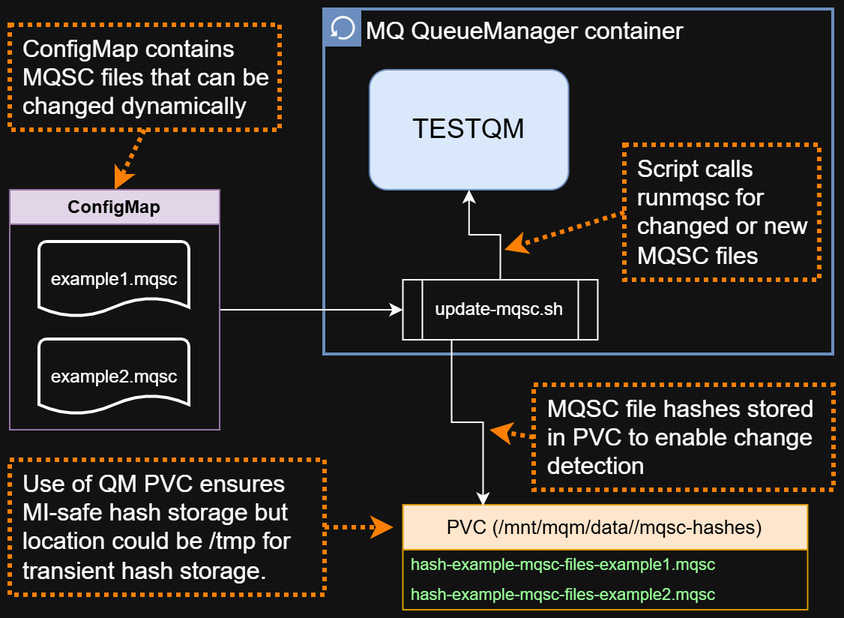
Earlier version of the draw.io export pictures/overview-dark.png (trevor-dolby-at-ibm-com/mq-container-dynamic-mqsc). Source tidied: cells renumbered, new cells last; positions are measured from the earlier drawing's top-left corner, leaving out a move shared by most shapes. Source of this version:
```xml
<mxGraphModel>
  <root>
    <mxCell id="0" />
    <mxCell id="1" parent="0" />
    <mxCell id="2" value="&lt;span style=&quot;font-size: 16px;&quot;&gt;MQ QueueManager container&lt;/span&gt;" style="shape=mxgraph.ibm.box;prType=classic;fontStyle=0;verticalAlign=top;align=left;spacingLeft=32;spacingTop=4;fillColor=default;rounded=0;whiteSpace=wrap;html=1;strokeColor=#6C8EBF;strokeWidth=2;dashed=0;spacing=-4;" parent="1" vertex="1">
      <mxGeometry x="210" width="339.5" height="230" as="geometry" />
    </mxCell>
    <mxCell id="3" value="&lt;font style=&quot;font-size: 18px;&quot;&gt;TESTQM&lt;/font&gt;" style="rounded=1;whiteSpace=wrap;html=1;fillColor=#dae8fc;strokeColor=#6c8ebf;fontColor=light-dark(#000000,#000000);gradientColor=none;" parent="2" vertex="1">
      <mxGeometry x="30" y="40" width="132.8" height="80" as="geometry" />
    </mxCell>
    <mxCell id="4" style="edgeStyle=orthogonalEdgeStyle;rounded=0;jettySize=auto;html=1;exitX=0.5;exitY=0;exitDx=0;exitDy=0;" parent="2" edge="1" source="5" target="3">
      <mxGeometry relative="1" as="geometry" />
    </mxCell>
    <mxCell id="5" value="update-mqsc.sh" style="shape=process;whiteSpace=wrap;html=1;backgroundOutline=1;" parent="2" vertex="1">
      <mxGeometry x="52.2" y="180" width="130" height="40" as="geometry" />
    </mxCell>
    <mxCell id="6" value="&lt;h3 style=&quot;margin-top: 0px;&quot;&gt;&lt;font style=&quot;font-weight: normal; font-size: 16px;&quot;&gt;Script calls runmqsc for changed or new MQSC files&lt;/font&gt;&lt;/h3&gt;" style="text;html=1;whiteSpace=wrap;overflow=hidden;rounded=0;strokeColor=#FF8000;perimeterSpacing=0;spacingLeft=7;strokeWidth=3;dashed=1;dashPattern=1 1;" parent="2" vertex="1">
      <mxGeometry x="200" y="90" width="130" height="90" as="geometry" />
    </mxCell>
    <mxCell id="7" style="edgeStyle=orthogonalEdgeStyle;rounded=0;jettySize=auto;html=1;entryX=0;entryY=0.5;entryDx=0;entryDy=0;" parent="1" edge="1" source="8" target="5">
      <mxGeometry relative="1" as="geometry" />
    </mxCell>
    <mxCell id="8" value="&lt;font style=&quot;color: light-dark(rgb(0, 0, 0), rgb(0, 0, 0));&quot;&gt;ConfigMap&lt;/font&gt;" style="swimlane;whiteSpace=wrap;html=1;fillColor=#e1d5e7;strokeColor=#9673a6;" parent="1" vertex="1">
      <mxGeometry y="120" width="140" height="160" as="geometry" />
    </mxCell>
    <mxCell id="9" value="example1.mqsc" style="strokeWidth=2;html=1;shape=mxgraph.flowchart.document2;whiteSpace=wrap;size=0.25;" parent="8" vertex="1">
      <mxGeometry x="20" y="35" width="100" height="50" as="geometry" />
    </mxCell>
    <mxCell id="10" value="example2.mqsc" style="strokeWidth=2;html=1;shape=mxgraph.flowchart.document2;whiteSpace=wrap;size=0.25;" parent="8" vertex="1">
      <mxGeometry x="20" y="100" width="100" height="50" as="geometry" />
    </mxCell>
    <mxCell id="11" value="&lt;font style=&quot;color: light-dark(rgb(0, 0, 0), rgb(0, 0, 0)); font-size: 13px;&quot;&gt;PVC (/mnt/mqm/data//mqsc-hashes)&lt;/font&gt;" style="swimlane;fontStyle=0;horizontal=1;startSize=30;whiteSpace=wrap;html=1;fontSize=11;fillColor=#ffe6cc;strokeColor=#d79b00;" parent="1" vertex="1">
      <mxGeometry x="262.2" y="330" width="270" height="70" as="geometry" />
    </mxCell>
    <mxCell id="12" value="&lt;font style=&quot;color: light-dark(rgb(0, 153, 0), rgb(153, 255, 153));&quot;&gt;hash-example-mqsc-files-example1.mqsc&lt;/font&gt;" style="text;align=left;verticalAlign=middle;spacingLeft=4;spacingRight=4;overflow=hidden;whiteSpace=wrap;html=1;fontSize=11;" parent="11" vertex="1">
      <mxGeometry y="30" width="270" height="20" as="geometry" />
    </mxCell>
    <mxCell id="13" value="&lt;font style=&quot;color: light-dark(rgb(0, 153, 0), rgb(153, 255, 153));&quot;&gt;hash-example-mqsc-files-example2.mqsc&lt;/font&gt;" style="text;align=left;verticalAlign=middle;spacingLeft=4;spacingRight=4;overflow=hidden;whiteSpace=wrap;html=1;fontSize=11;" parent="11" vertex="1">
      <mxGeometry y="50" width="270" height="20" as="geometry" />
    </mxCell>
    <mxCell id="14" style="edgeStyle=orthogonalEdgeStyle;rounded=0;jettySize=auto;html=1;exitX=0.25;exitY=1;exitDx=0;exitDy=0;entryX=0.198;entryY=0.01;entryDx=0;entryDy=0;entryPerimeter=0;" parent="1" edge="1" source="5" target="11">
      <mxGeometry relative="1" as="geometry" />
    </mxCell>
    <mxCell id="15" value="&lt;h3 style=&quot;margin-top: 0px;&quot;&gt;&lt;font style=&quot;font-weight: normal; font-size: 16px;&quot;&gt;ConfigMap contains MQSC files that can be changed dynamically&lt;/font&gt;&lt;/h3&gt;" style="text;html=1;whiteSpace=wrap;overflow=hidden;rounded=0;strokeColor=#FF8000;perimeterSpacing=0;spacingLeft=7;strokeWidth=3;dashed=1;dashPattern=1 1;" parent="1" vertex="1">
      <mxGeometry y="10" width="180" height="70" as="geometry" />
    </mxCell>
    <mxCell id="16" style="endArrow=classic;html=1;rounded=0;exitX=0.5;exitY=1;exitDx=0;exitDy=0;fontColor=#00FF00;strokeColor=#FF8000;strokeWidth=3;dashed=1;dashPattern=1 1;entryX=0.5;entryY=0;entryDx=0;entryDy=0;" parent="1" edge="1" source="15" target="8">
      <mxGeometry relative="1" as="geometry" />
    </mxCell>
    <mxCell id="17" style="endArrow=classic;html=1;rounded=0;exitX=0;exitY=0.5;exitDx=0;exitDy=0;fontColor=#00FF00;strokeColor=#FF8000;strokeWidth=3;dashed=1;dashPattern=1 1;" parent="1" edge="1" source="6">
      <mxGeometry relative="1" as="geometry">
        <mxPoint x="330" y="160" as="targetPoint" />
      </mxGeometry>
    </mxCell>
    <mxCell id="18" value="&lt;h3 style=&quot;margin-top: 0px;&quot;&gt;&lt;span style=&quot;font-size: 16px; font-weight: 400;&quot;&gt;MQSC file hashes stored in PVC to enable change detection&lt;/span&gt;&lt;/h3&gt;" style="text;html=1;whiteSpace=wrap;overflow=hidden;rounded=0;strokeColor=#FF8000;perimeterSpacing=0;spacingLeft=7;strokeWidth=3;dashed=1;dashPattern=1 1;" parent="1" vertex="1">
      <mxGeometry x="349.5" y="250" width="200" height="70" as="geometry" />
    </mxCell>
    <mxCell id="19" style="endArrow=classic;html=1;rounded=0;exitX=0;exitY=0.5;exitDx=0;exitDy=0;fontColor=#00FF00;strokeColor=#FF8000;strokeWidth=3;dashed=1;dashPattern=1 1;" parent="1" edge="1" source="18">
      <mxGeometry relative="1" as="geometry">
        <mxPoint x="320" y="280" as="targetPoint" />
      </mxGeometry>
    </mxCell>
    <mxCell id="20" value="&lt;h3 style=&quot;margin-top: 0px;&quot;&gt;&lt;span style=&quot;font-size: 16px; font-weight: 400;&quot;&gt;Use of QM PVC ensures MI-safe hash storage but location could be /tmp for transient hash storage.&lt;/span&gt;&lt;/h3&gt;" style="text;html=1;whiteSpace=wrap;overflow=hidden;rounded=0;strokeColor=#FF8000;perimeterSpacing=0;spacingLeft=7;strokeWidth=3;dashed=1;dashPattern=1 1;" parent="1" vertex="1">
      <mxGeometry y="300" width="210" height="90" as="geometry" />
    </mxCell>
    <mxCell id="21" style="endArrow=classic;html=1;rounded=0;exitX=1;exitY=0.5;exitDx=0;exitDy=0;fontColor=#00FF00;strokeColor=#FF8000;strokeWidth=3;dashed=1;dashPattern=1 1;" parent="1" edge="1" source="20">
      <mxGeometry relative="1" as="geometry">
        <mxPoint x="256" y="345" as="targetPoint" />
      </mxGeometry>
    </mxCell>
  </root>
</mxGraphModel>
```
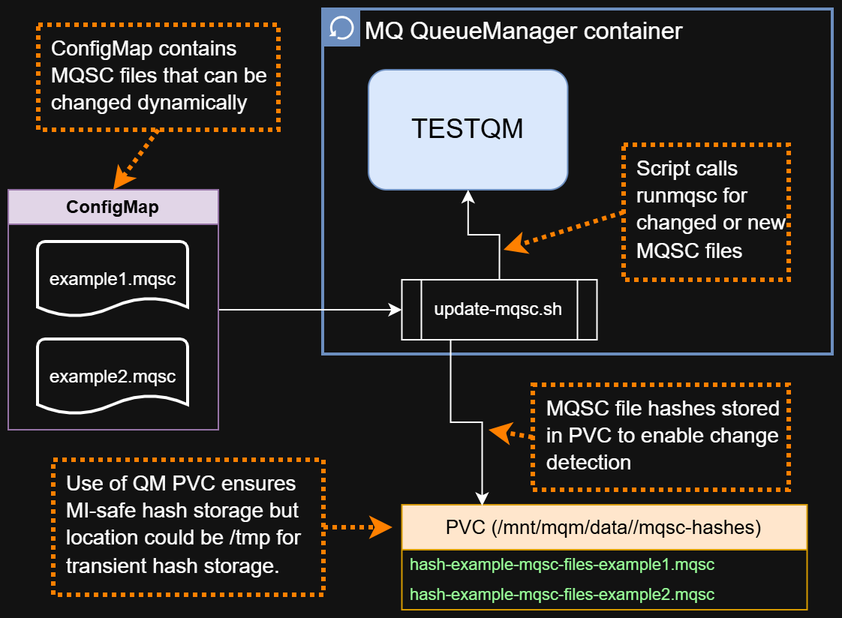
The same file after the commit.

Diff of the diagram source:
```diff
@@ -14,8 +14,8 @@
     <mxCell id="5" value="update-mqsc.sh" style="shape=process;whiteSpace=wrap;html=1;backgroundOutline=1;" parent="2" vertex="1">
       <mxGeometry x="52.2" y="180" width="130" height="40" as="geometry" />
     </mxCell>
-    <mxCell id="6" value="&lt;h3 style=&quot;margin-top: 0px;&quot;&gt;&lt;font style=&quot;font-weight: normal; font-size: 16px;&quot;&gt;Script calls runmqsc for changed or new MQSC files&lt;/font&gt;&lt;/h3&gt;" style="text;html=1;whiteSpace=wrap;overflow=hidden;rounded=0;strokeColor=#FF8000;perimeterSpacing=0;spacingLeft=7;strokeWidth=3;dashed=1;dashPattern=1 1;" parent="2" vertex="1">
-      <mxGeometry x="200" y="90" width="130" height="90" as="geometry" />
+    <mxCell id="6" value="&lt;h3 style=&quot;margin-top: 0px;&quot;&gt;&lt;font style=&quot;font-weight: normal; font-size: 14px;&quot;&gt;Script calls runmqsc for changed or new MQSC files&lt;/font&gt;&lt;/h3&gt;" style="text;html=1;whiteSpace=wrap;overflow=hidden;rounded=0;strokeColor=#FF8000;perimeterSpacing=0;spacingLeft=7;strokeWidth=3;dashed=1;dashPattern=1 1;fontSize=13;" parent="2" vertex="1">
+      <mxGeometry x="200" y="90" width="110" height="90" as="geometry" />
     </mxCell>
     <mxCell id="7" style="edgeStyle=orthogonalEdgeStyle;rounded=0;jettySize=auto;html=1;entryX=0;entryY=0.5;entryDx=0;entryDy=0;" parent="1" edge="1" source="8" target="5">
       <mxGeometry relative="1" as="geometry" />
@@ -41,8 +41,8 @@
     <mxCell id="14" style="edgeStyle=orthogonalEdgeStyle;rounded=0;jettySize=auto;html=1;exitX=0.25;exitY=1;exitDx=0;exitDy=0;entryX=0.198;entryY=0.01;entryDx=0;entryDy=0;entryPerimeter=0;" parent="1" edge="1" source="5" target="11">
       <mxGeometry relative="1" as="geometry" />
     </mxCell>
-    <mxCell id="15" value="&lt;h3 style=&quot;margin-top: 0px;&quot;&gt;&lt;font style=&quot;font-weight: normal; font-size: 16px;&quot;&gt;ConfigMap contains MQSC files that can be changed dynamically&lt;/font&gt;&lt;/h3&gt;" style="text;html=1;whiteSpace=wrap;overflow=hidden;rounded=0;strokeColor=#FF8000;perimeterSpacing=0;spacingLeft=7;strokeWidth=3;dashed=1;dashPattern=1 1;" parent="1" vertex="1">
-      <mxGeometry y="10" width="180" height="70" as="geometry" />
+    <mxCell id="15" value="&lt;h3 style=&quot;margin-top: 0px;&quot;&gt;&lt;font style=&quot;font-weight: normal; font-size: 14px;&quot;&gt;ConfigMap contains MQSC files that can be changed dynamically&lt;/font&gt;&lt;/h3&gt;" style="text;html=1;whiteSpace=wrap;overflow=hidden;rounded=0;strokeColor=#FF8000;perimeterSpacing=0;spacingLeft=7;strokeWidth=3;dashed=1;dashPattern=1 1;fontSize=13;" parent="1" vertex="1">
+      <mxGeometry x="20" y="10" width="160" height="70" as="geometry" />
     </mxCell>
     <mxCell id="16" style="endArrow=classic;html=1;rounded=0;exitX=0.5;exitY=1;exitDx=0;exitDy=0;fontColor=#00FF00;strokeColor=#FF8000;strokeWidth=3;dashed=1;dashPattern=1 1;entryX=0.5;entryY=0;entryDx=0;entryDy=0;" parent="1" edge="1" source="15" target="8">
       <mxGeometry relative="1" as="geometry" />
@@ -52,16 +52,16 @@
         <mxPoint x="330" y="160" as="targetPoint" />
       </mxGeometry>
     </mxCell>
-    <mxCell id="18" value="&lt;h3 style=&quot;margin-top: 0px;&quot;&gt;&lt;span style=&quot;font-size: 16px; font-weight: 400;&quot;&gt;MQSC file hashes stored in PVC to enable change detection&lt;/span&gt;&lt;/h3&gt;" style="text;html=1;whiteSpace=wrap;overflow=hidden;rounded=0;strokeColor=#FF8000;perimeterSpacing=0;spacingLeft=7;strokeWidth=3;dashed=1;dashPattern=1 1;" parent="1" vertex="1">
-      <mxGeometry x="349.5" y="250" width="200" height="70" as="geometry" />
+    <mxCell id="18" value="&lt;h3 style=&quot;margin-top: 0px;&quot;&gt;&lt;span style=&quot;font-weight: 400;&quot;&gt;&lt;font style=&quot;font-size: 14px;&quot;&gt;MQSC file hashes stored in PVC to enable change detection&lt;/font&gt;&lt;/span&gt;&lt;/h3&gt;" style="text;html=1;whiteSpace=wrap;overflow=hidden;rounded=0;strokeColor=#FF8000;perimeterSpacing=0;spacingLeft=7;strokeWidth=3;dashed=1;dashPattern=1 1;fontSize=13;" parent="1" vertex="1">
+      <mxGeometry x="349.5" y="250" width="170.5" height="70" as="geometry" />
     </mxCell>
     <mxCell id="19" style="endArrow=classic;html=1;rounded=0;exitX=0;exitY=0.5;exitDx=0;exitDy=0;fontColor=#00FF00;strokeColor=#FF8000;strokeWidth=3;dashed=1;dashPattern=1 1;" parent="1" edge="1" source="18">
       <mxGeometry relative="1" as="geometry">
         <mxPoint x="320" y="280" as="targetPoint" />
       </mxGeometry>
     </mxCell>
-    <mxCell id="20" value="&lt;h3 style=&quot;margin-top: 0px;&quot;&gt;&lt;span style=&quot;font-size: 16px; font-weight: 400;&quot;&gt;Use of QM PVC ensures MI-safe hash storage but location could be /tmp for transient hash storage.&lt;/span&gt;&lt;/h3&gt;" style="text;html=1;whiteSpace=wrap;overflow=hidden;rounded=0;strokeColor=#FF8000;perimeterSpacing=0;spacingLeft=7;strokeWidth=3;dashed=1;dashPattern=1 1;" parent="1" vertex="1">
-      <mxGeometry y="300" width="210" height="90" as="geometry" />
+    <mxCell id="20" value="&lt;h3 style=&quot;margin-top: 0px;&quot;&gt;&lt;span style=&quot;font-weight: 400;&quot;&gt;&lt;font style=&quot;font-size: 14px;&quot;&gt;Use of QM PVC ensures MI-safe hash storage but location could be /tmp for transient hash storage.&lt;/font&gt;&lt;/span&gt;&lt;/h3&gt;" style="text;html=1;whiteSpace=wrap;overflow=hidden;rounded=0;strokeColor=#FF8000;perimeterSpacing=0;spacingLeft=7;strokeWidth=3;dashed=1;dashPattern=1 1;fontSize=13;" parent="1" vertex="1">
+      <mxGeometry x="30" y="300" width="180" height="90" as="geometry" />
     </mxCell>
     <mxCell id="21" style="endArrow=classic;html=1;rounded=0;exitX=1;exitY=0.5;exitDx=0;exitDy=0;fontColor=#00FF00;strokeColor=#FF8000;strokeWidth=3;dashed=1;dashPattern=1 1;" parent="1" edge="1" source="20">
       <mxGeometry relative="1" as="geometry">
```
